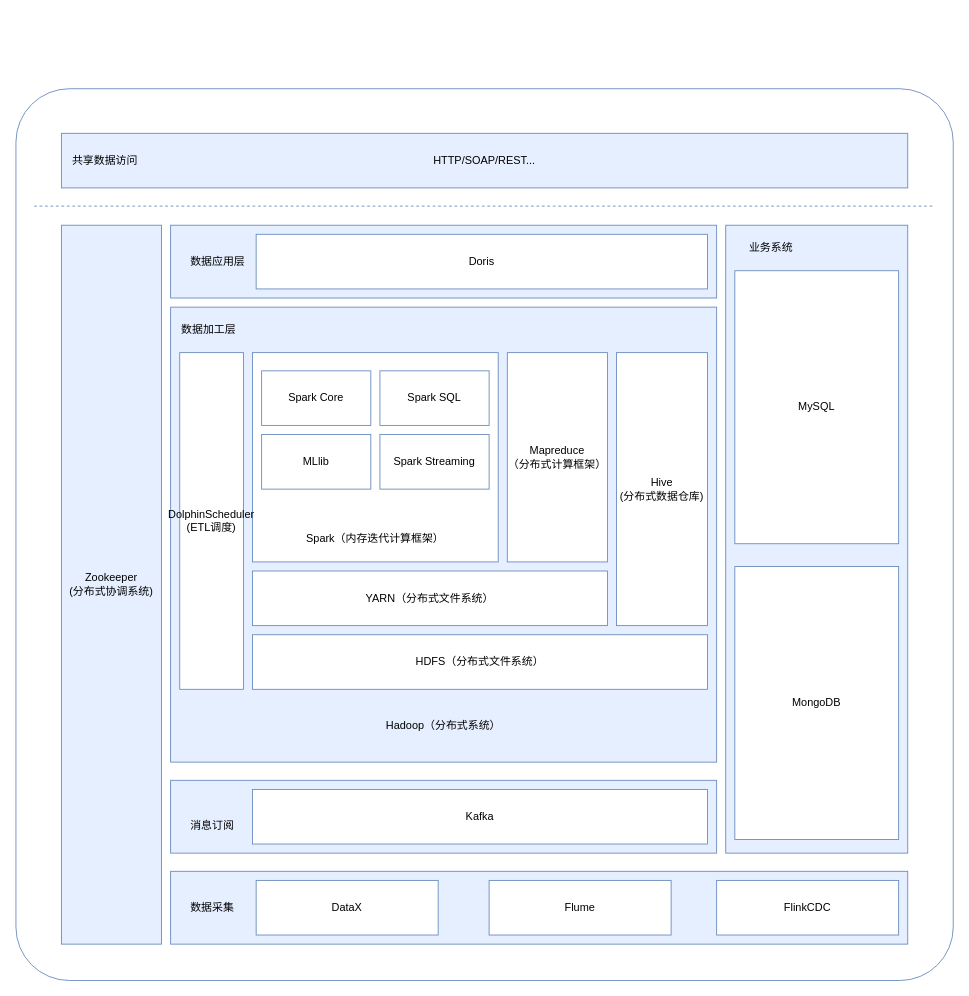
Earlier version of the draw.io diagram 数仓技术框架.drawio (Jacoulin/draw). Source tidied: cells renumbered, new cells numbered last; positions are measured from the earlier drawing's top-left corner, leaving out a move shared by most shapes. Both pictures are drawn from the tidied source at 91%, with x=0, y=0 at pixel (15, 88).
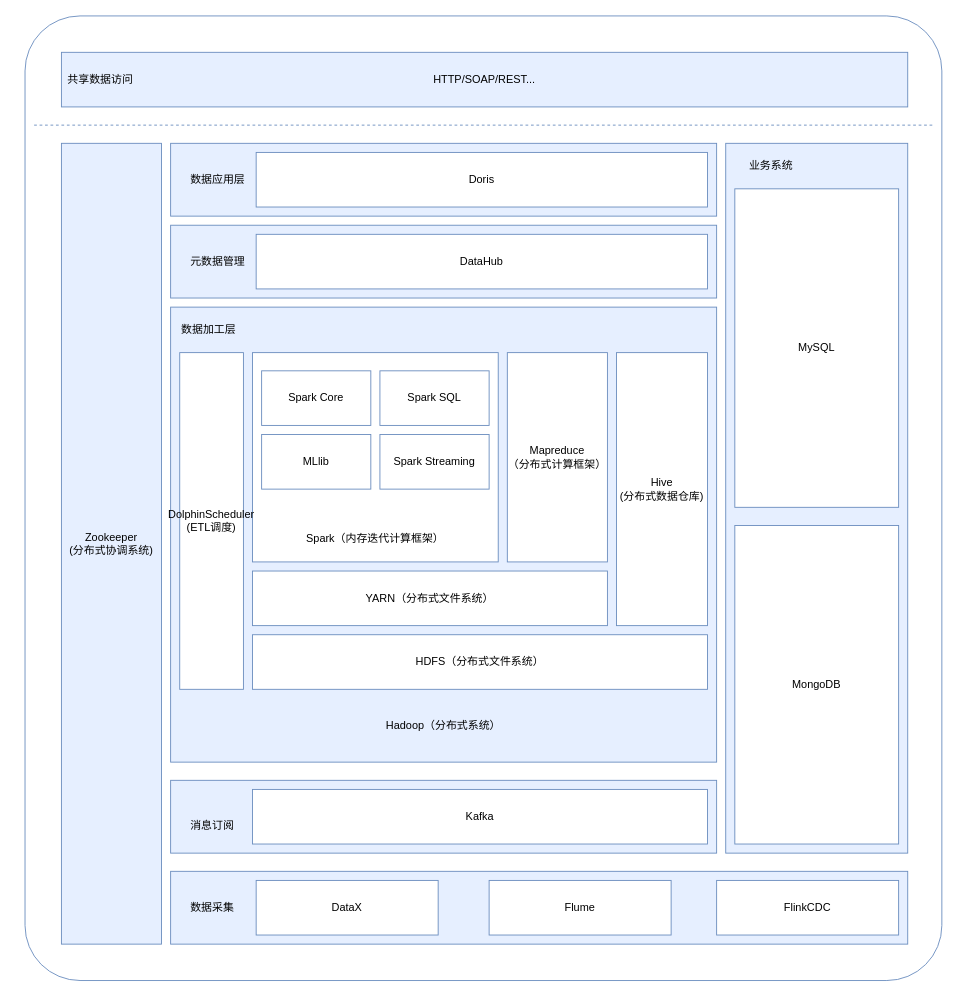
After the change.

Commit message (it also covers changes not shown here):
更新数仓技术框架.drawio

Diff of the diagram source:
```diff
@@
     <mxCell id="2" style="rounded=1;whiteSpace=wrap;html=1;arcSize=6;strokeColor=#6C8EBF;" parent="1" vertex="1">
-      <mxGeometry width="1030" height="980" as="geometry" />
+      <mxGeometry x="10" y="-80" width="1007.5" height="1060" as="geometry" />
     </mxCell>
@@
     <mxCell id="7" style="rounded=0;whiteSpace=wrap;html=1;fillColor=#E6EFFF;strokeColor=#6C8EBF;" parent="1" vertex="1">
-      <mxGeometry x="780" y="150" width="200" height="690" as="geometry" />
+      <mxGeometry x="780" y="60" width="200" height="780" as="geometry" />
     </mxCell>
     <mxCell id="8" value="业务系统" style="text;html=1;strokeColor=none;fillColor=none;align=center;verticalAlign=middle;whiteSpace=wrap;rounded=0;" parent="1" vertex="1">
-      <mxGeometry x="790" y="160" width="80" height="30" as="geometry" />
+      <mxGeometry x="790" y="70" width="80" height="30" as="geometry" />
     </mxCell>
     <mxCell id="9" value="MySQL" style="rounded=0;whiteSpace=wrap;html=1;strokeColor=#6C8EBF;" parent="1" vertex="1">
-      <mxGeometry x="790" y="200" width="180" height="300" as="geometry" />
+      <mxGeometry x="790" y="110" width="180" height="350" as="geometry" />
     </mxCell>
@@
     <mxCell id="11" style="rounded=0;whiteSpace=wrap;html=1;fillColor=#E6EFFF;strokeColor=#6C8EBF;" parent="1" vertex="1">
-      <mxGeometry x="170" y="150" width="600" height="80" as="geometry" />
+      <mxGeometry x="170" y="60" width="600" height="80" as="geometry" />
     </mxCell>
     <mxCell id="12" value="数据应用层" style="text;html=1;strokeColor=none;fillColor=none;align=left;verticalAlign=middle;whiteSpace=wrap;rounded=0;" parent="1" vertex="1">
-      <mxGeometry x="190" y="175" width="80" height="30" as="geometry" />
+      <mxGeometry x="190" y="85" width="80" height="30" as="geometry" />
     </mxCell>
@@
     <mxCell id="19" value="Zookeeper&lt;br&gt;(分布式协调系统)" style="rounded=0;whiteSpace=wrap;html=1;strokeColor=#6C8EBF;fillColor=#E6EFFF;" parent="1" vertex="1">
-      <mxGeometry x="50" y="150" width="110" height="790" as="geometry" />
+      <mxGeometry x="50" y="60" width="110" height="880" as="geometry" />
     </mxCell>
@@
     <mxCell id="31" value="MongoDB" style="rounded=0;whiteSpace=wrap;html=1;strokeColor=#6C8EBF;" parent="1" vertex="1">
-      <mxGeometry x="790" y="525" width="180" height="300" as="geometry" />
+      <mxGeometry x="790" y="480" width="180" height="350" as="geometry" />
     </mxCell>
     <mxCell id="32" value="HTTP/SOAP/REST..." style="rounded=0;whiteSpace=wrap;html=1;strokeColor=#6C8EBF;fillColor=#E6EFFF;" parent="1" vertex="1">
-      <mxGeometry x="50" y="49" width="930" height="60" as="geometry" />
+      <mxGeometry x="50" y="-40" width="930" height="60" as="geometry" />
     </mxCell>
     <mxCell id="33" style="endArrow=none;dashed=1;html=1;rounded=0;strokeColor=#6C8EBF;" parent="1" edge="1">
       <mxGeometry relative="1" as="geometry">
-        <mxPoint x="20" y="129" as="sourcePoint" />
-        <mxPoint x="1010" y="129" as="targetPoint" />
+        <mxPoint x="20" y="40" as="sourcePoint" />
+        <mxPoint x="1010" y="40" as="targetPoint" />
       </mxGeometry>
     </mxCell>
     <mxCell id="34" value="共享数据访问" style="text;html=1;strokeColor=none;fillColor=none;align=left;verticalAlign=middle;whiteSpace=wrap;rounded=0;" parent="1" vertex="1">
-      <mxGeometry x="60" y="64" width="80" height="30" as="geometry" />
+      <mxGeometry x="55" y="-25" width="80" height="30" as="geometry" />
     </mxCell>
     <mxCell id="35" value="Doris" style="rounded=0;whiteSpace=wrap;html=1;strokeColor=#6C8EBF;" parent="1" vertex="1">
-      <mxGeometry x="264" y="160" width="496" height="60" as="geometry" />
+      <mxGeometry x="264" y="70" width="496" height="60" as="geometry" />
     </mxCell>
+    <mxCell id="36" style="rounded=0;whiteSpace=wrap;html=1;fillColor=#E6EFFF;strokeColor=#6C8EBF;" parent="1" vertex="1">
+      <mxGeometry x="170" y="150" width="600" height="80" as="geometry" />
+    </mxCell>
+    <mxCell id="37" value="DataHub" style="rounded=0;whiteSpace=wrap;html=1;strokeColor=#6C8EBF;" parent="1" vertex="1">
+      <mxGeometry x="264" y="160" width="496" height="60" as="geometry" />
+    </mxCell>
+    <mxCell id="38" value="元数据管理" style="text;html=1;strokeColor=none;fillColor=none;align=left;verticalAlign=middle;whiteSpace=wrap;rounded=0;" parent="1" vertex="1">
+      <mxGeometry x="190" y="175" width="80" height="30" as="geometry" />
+    </mxCell>
```
